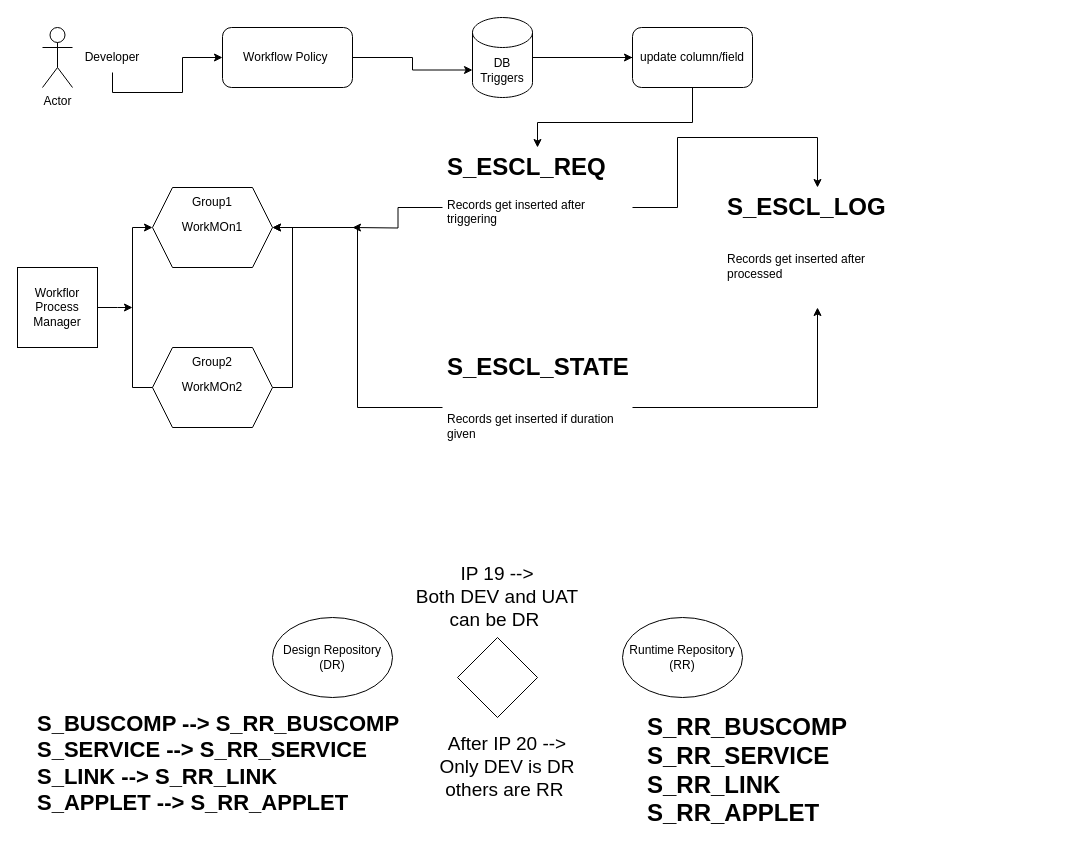
Earlier version of the draw.io diagram S_ESCL_REQ.drawio (Sagarraj2401/SiebelWorkspace). Source tidied: cells renumbered, new cells numbered last; positions are measured from the earlier drawing's top-left corner, leaving out a move shared by most shapes. Both pictures are drawn from the tidied source at 100%, with x=0, y=0 at pixel (17, 17).
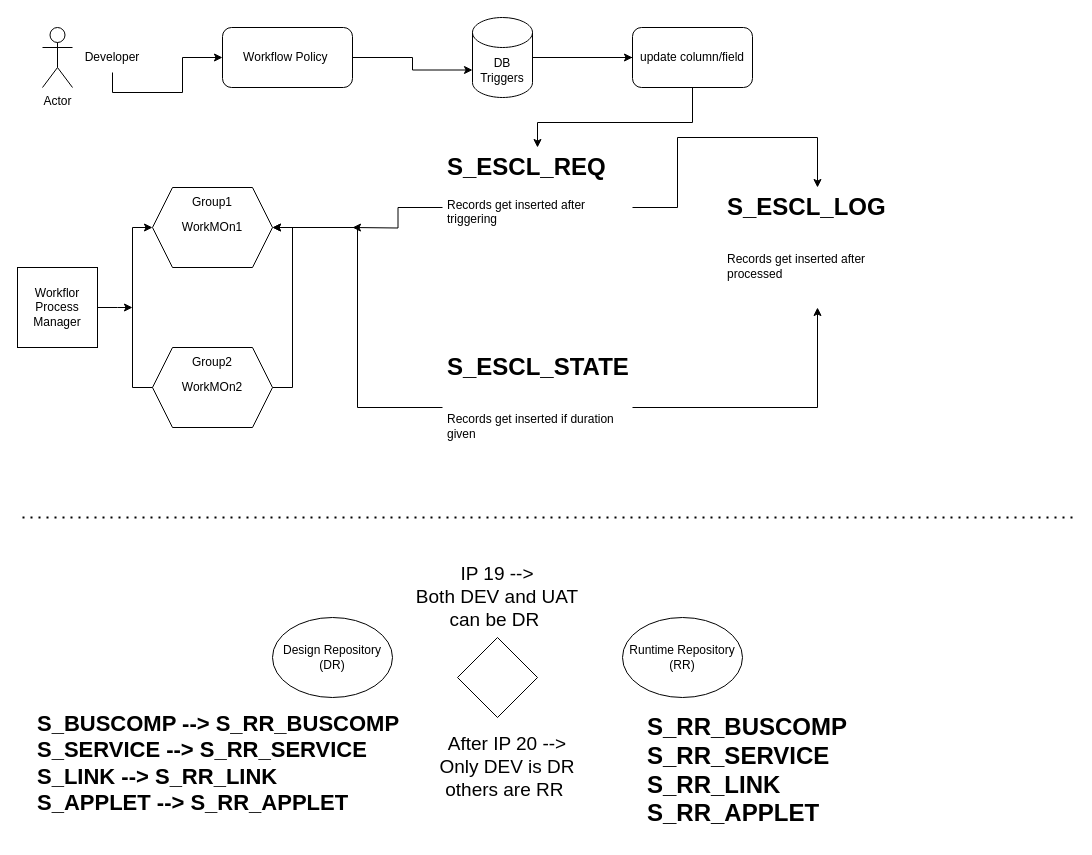
The same diagram, later.

What changed in the source:
```diff
@@
+    <mxCell id="33" style="endArrow=none;dashed=1;html=1;dashPattern=1 3;strokeWidth=2;rounded=0;" parent="1" edge="1">
+      <mxGeometry relative="1" as="geometry">
+        <mxPoint x="5" y="500" as="sourcePoint" />
+        <mxPoint x="1055" y="500" as="targetPoint" />
+      </mxGeometry>
+    </mxCell>
```
